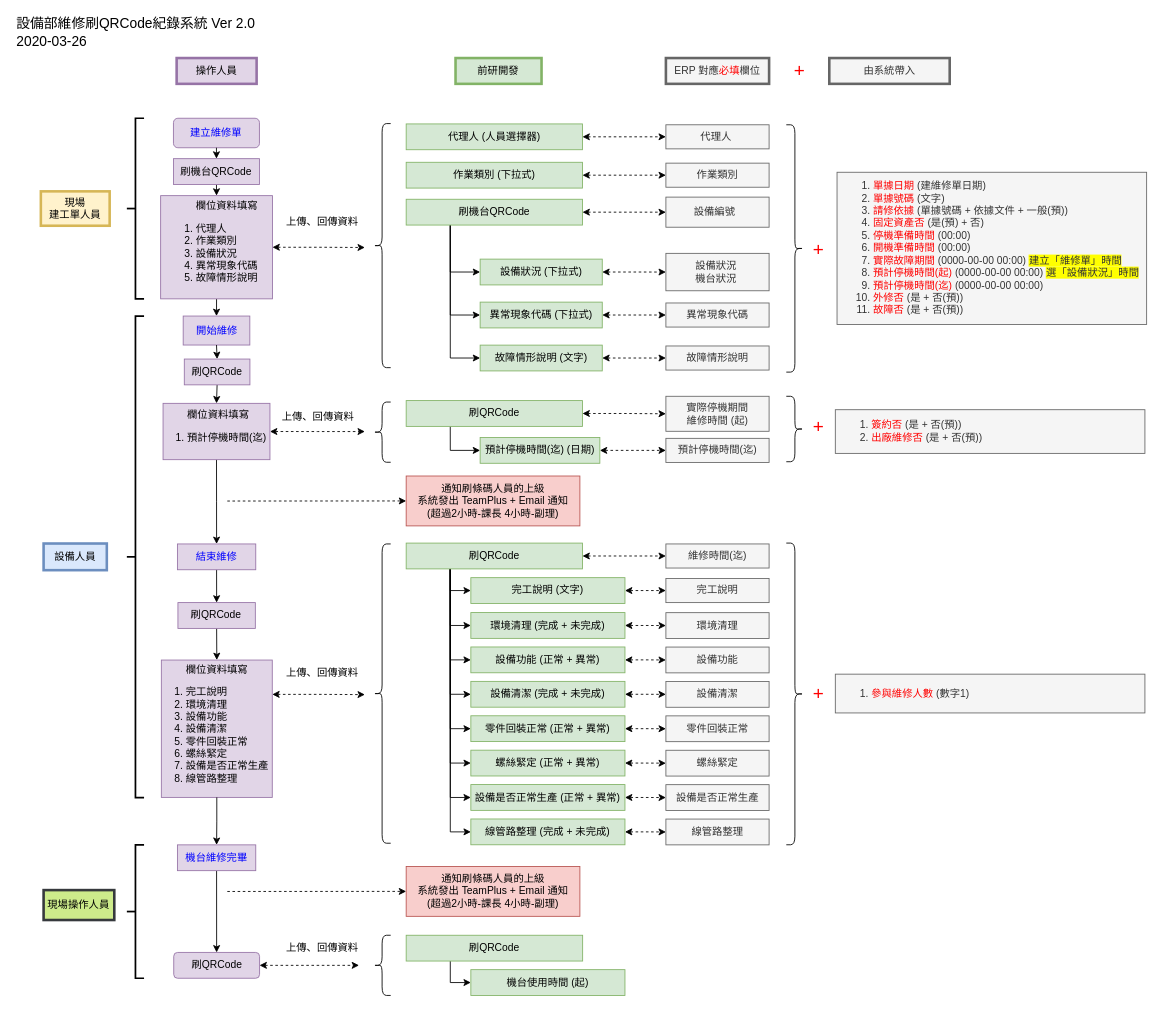
Before: 0325.drawio in tinalolo/drowio, a draw.io diagram. Source tidied: cells renumbered, new cells numbered last; positions are measured from the earlier drawing's top-left corner, leaving out a move shared by most shapes. Both pictures are drawn from the tidied source at 86%, with x=0, y=0 at pixel (15, 15).
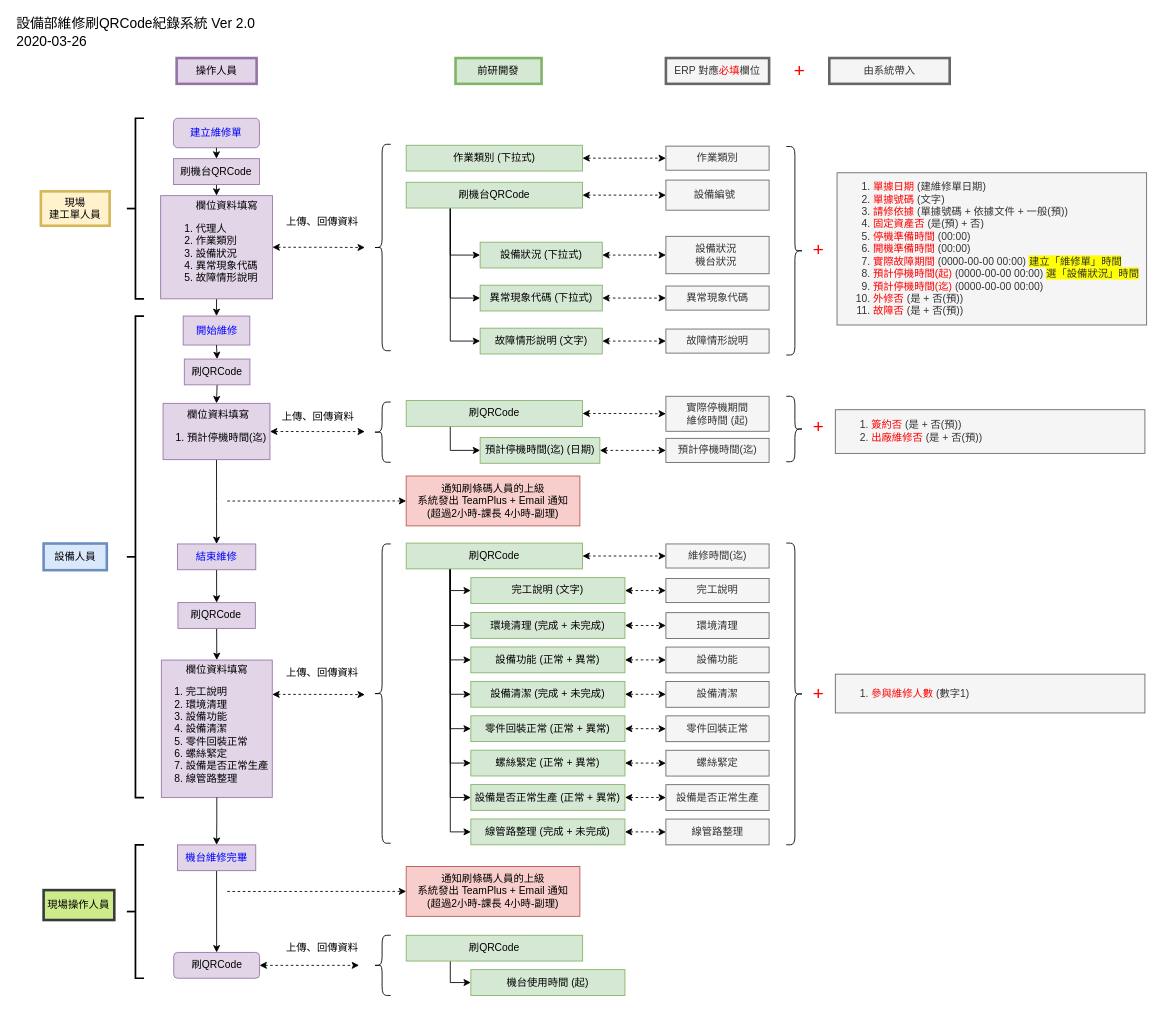
Above is the later version.

What changed in the source:
```diff
@@
-    <mxCell id="20" style="edgeStyle=orthogonalEdgeStyle;rounded=0;jettySize=auto;html=1;exitX=1;exitY=0.5;exitDx=0;exitDy=0;entryX=0;entryY=0.5;entryDx=0;entryDy=0;dashed=1;startArrow=classic;startFill=1;endArrow=classic;endFill=1;fontSize=12;fontColor=#FF0000;" parent="1" edge="1" source="21" target="78">
-      <mxGeometry relative="1" as="geometry" />
-    </mxCell>
-    <mxCell id="21" value="&lt;div&gt;&lt;span&gt;代理人 (人員選擇器)&lt;/span&gt;&lt;/div&gt;" style="text;html=1;strokeColor=#82b366;fillColor=#d5e8d4;align=center;verticalAlign=middle;whiteSpace=wrap;rounded=0;strokeWidth=1;labelPosition=center;verticalLabelPosition=middle;spacingLeft=0;" parent="1" vertex="1">
-      <mxGeometry x="454.8" y="126.6" width="205" height="30" as="geometry" />
-    </mxCell>
@@
     <mxCell id="23" value="&lt;span style=&quot;text-align: left&quot;&gt;作業類別 (下拉式)&lt;/span&gt;" style="text;html=1;strokeColor=#82b366;fillColor=#d5e8d4;align=center;verticalAlign=middle;whiteSpace=wrap;rounded=0;strokeWidth=1;labelPosition=center;verticalLabelPosition=middle;spacingLeft=0;" parent="1" vertex="1">
-      <mxGeometry x="454.8" y="171.2" width="205" height="30" as="geometry" />
+      <mxGeometry x="454.8" y="151.4" width="205" height="30" as="geometry" />
     </mxCell>
@@
     <mxCell id="28" value="&lt;span style=&quot;text-align: left ; white-space: nowrap&quot;&gt;刷機台QRCode&lt;/span&gt;" style="text;html=1;strokeColor=#82b366;fillColor=#d5e8d4;align=center;verticalAlign=middle;whiteSpace=wrap;rounded=0;strokeWidth=1;labelPosition=center;verticalLabelPosition=middle;spacingLeft=0;" parent="1" vertex="1">
-      <mxGeometry x="454.8" y="214.2" width="205" height="30" as="geometry" />
+      <mxGeometry x="454.8" y="194.4" width="205" height="30" as="geometry" />
     </mxCell>
@@
     <mxCell id="30" value="&lt;div style=&quot;text-align: left&quot;&gt;&lt;span&gt;設備狀況 (下拉式)&lt;/span&gt;&lt;/div&gt;" style="text;html=1;strokeColor=#82b366;fillColor=#d5e8d4;align=center;verticalAlign=middle;whiteSpace=wrap;rounded=0;strokeWidth=1;labelPosition=center;verticalLabelPosition=middle;spacingLeft=0;" parent="1" vertex="1">
-      <mxGeometry x="540.8" y="283.8" width="142" height="30" as="geometry" />
+      <mxGeometry x="540.8" y="264.1" width="142" height="30" as="geometry" />
     </mxCell>
     <mxCell id="31" value="&lt;ol&gt;&lt;li&gt;&lt;font color=&quot;#ff0000&quot; style=&quot;white-space: nowrap&quot;&gt;單據日期&lt;/font&gt;&lt;span style=&quot;white-space: nowrap&quot;&gt;&amp;nbsp;(建維修單日期)&lt;/span&gt;&lt;br&gt;&lt;/li&gt;&lt;li&gt;&lt;font style=&quot;line-height: 120%&quot;&gt;&lt;font color=&quot;#ff0000&quot; style=&quot;white-space: nowrap&quot;&gt;單據號碼 &lt;/font&gt;&lt;font style=&quot;white-space: nowrap&quot;&gt;(文字)&lt;/font&gt;&lt;/font&gt;&lt;/li&gt;&lt;li&gt;&lt;font style=&quot;line-height: 120%&quot;&gt;&lt;span style=&quot;text-align: center&quot;&gt;&lt;font color=&quot;#ff0000&quot;&gt;請修依據&lt;/font&gt; (單據號碼 + 依據文件 + 一般(&lt;/span&gt;&lt;span style=&quot;text-align: center&quot;&gt;預&lt;/span&gt;&lt;span style=&quot;text-align: center&quot;&gt;))&lt;/span&gt;&lt;span style=&quot;white-space: nowrap&quot;&gt;&amp;nbsp;&lt;/span&gt;&lt;/font&gt;&lt;/li&gt;&lt;li&gt;&lt;font style=&quot;line-height: 120%&quot;&gt;&lt;font color=&quot;#ff0000&quot; style=&quot;white-space: nowrap&quot;&gt;固定資產否&lt;/font&gt;&lt;span style=&quot;white-space: nowrap&quot;&gt;&amp;nbsp;(是(預) + 否)&lt;/span&gt;&lt;/font&gt;&lt;/li&gt;&lt;li&gt;&lt;font style=&quot;line-height: 120%&quot;&gt;&lt;font color=&quot;#ff0000&quot; style=&quot;white-space: nowrap&quot;&gt;停機準備時間&lt;/font&gt;&lt;span style=&quot;white-space: nowrap&quot;&gt;&amp;nbsp;(00:00)&lt;/span&gt;&lt;/font&gt;&lt;/li&gt;&lt;li&gt;&lt;font style=&quot;line-height: 120%&quot;&gt;&lt;font color=&quot;#ff0000&quot; style=&quot;white-space: nowrap&quot;&gt;開機準備時間&lt;/font&gt;&lt;span style=&quot;white-space: nowrap&quot;&gt;&amp;nbsp;(00:00)&lt;/span&gt;&lt;/font&gt;&lt;/li&gt;&lt;li&gt;&lt;font style=&quot;line-height: 120%&quot;&gt;&lt;font color=&quot;#ff0000&quot; style=&quot;white-space: nowrap&quot;&gt;實際故障期間&lt;/font&gt;&lt;span style=&quot;white-space: nowrap&quot;&gt;&amp;nbsp;(0000-00-00 00:00)&amp;nbsp;&lt;/span&gt;&lt;span style=&quot;white-space: nowrap ; background-color: rgb(255 , 255 , 0)&quot;&gt;建立「維修單」時間&lt;/span&gt;&lt;/font&gt;&lt;/li&gt;&lt;li&gt;&lt;font style=&quot;line-height: 120%&quot;&gt;&lt;font color=&quot;#ff0000&quot; style=&quot;white-space: nowrap&quot;&gt;預計停機時間(起)&lt;/font&gt;&lt;span style=&quot;white-space: nowrap&quot;&gt;&amp;nbsp;&lt;/span&gt;&lt;span style=&quot;white-space: nowrap&quot;&gt;(0000-00-00 00:00) &lt;span style=&quot;background-color: rgb(255 , 255 , 0)&quot;&gt;選「設備狀況」時間&lt;/span&gt;&lt;/span&gt;&lt;/font&gt;&lt;/li&gt;&lt;li&gt;&lt;font style=&quot;line-height: 120%&quot;&gt;&lt;font color=&quot;#ff0000&quot; style=&quot;white-space: nowrap&quot;&gt;預計停機時間(迄)&lt;/font&gt;&lt;font color=&quot;#007fff&quot; style=&quot;white-space: nowrap&quot;&gt;&amp;nbsp;&lt;/font&gt;&lt;font style=&quot;white-space: nowrap&quot;&gt;(0000-00-00 00:00)&lt;/font&gt;&lt;/font&gt;&lt;/li&gt;&lt;li&gt;&lt;font style=&quot;line-height: 120%&quot;&gt;&lt;font color=&quot;#ff0000&quot; style=&quot;white-space: nowrap&quot;&gt;外修否&lt;/font&gt;&lt;span style=&quot;white-space: nowrap&quot;&gt;&amp;nbsp;(是 + 否(預))&lt;/span&gt;&lt;/font&gt;&lt;/li&gt;&lt;li&gt;&lt;font style=&quot;line-height: 120%&quot;&gt;&lt;font color=&quot;#ff0000&quot; style=&quot;white-space: nowrap&quot;&gt;故障否&lt;/font&gt;&lt;span style=&quot;white-space: nowrap&quot;&gt;&amp;nbsp;(是 + 否(預))&amp;nbsp;&amp;nbsp;&lt;/span&gt;&lt;/font&gt;&lt;/li&gt;&lt;/ol&gt;" style="rounded=0;whiteSpace=wrap;html=1;strokeColor=#666666;strokeWidth=1;fontSize=12;align=left;fillColor=#f5f5f5;fontColor=#333333;" parent="1" vertex="1">
-      <mxGeometry x="955.8" y="182.8" width="360" height="177" as="geometry" />
+      <mxGeometry x="955.8" y="183.4" width="360" height="177" as="geometry" />
     </mxCell>
@@
     <mxCell id="33" value="&lt;div style=&quot;text-align: left&quot;&gt;&lt;/div&gt;&lt;span style=&quot;text-align: left&quot;&gt;異常現象代碼 (下拉式)&lt;/span&gt;" style="text;html=1;strokeColor=#82b366;fillColor=#d5e8d4;align=center;verticalAlign=middle;whiteSpace=wrap;rounded=0;strokeWidth=1;labelPosition=center;verticalLabelPosition=middle;spacingLeft=0;" parent="1" vertex="1">
-      <mxGeometry x="540.8" y="333.8" width="142" height="30" as="geometry" />
+      <mxGeometry x="540.8" y="314.1" width="142" height="30" as="geometry" />
     </mxCell>
@@
     <mxCell id="35" value="&lt;div style=&quot;text-align: left&quot;&gt;故障情形說明 (文字)&lt;br&gt;&lt;/div&gt;" style="text;html=1;strokeColor=#82b366;fillColor=#d5e8d4;align=center;verticalAlign=middle;whiteSpace=wrap;rounded=0;strokeWidth=1;labelPosition=center;verticalLabelPosition=middle;spacingLeft=0;" parent="1" vertex="1">
-      <mxGeometry x="540.8" y="383.8" width="142" height="30" as="geometry" />
+      <mxGeometry x="540.8" y="364.1" width="142" height="30" as="geometry" />
     </mxCell>
@@
-    <mxCell id="78" value="&lt;font style=&quot;font-size: 12px;&quot;&gt;&lt;font style=&quot;white-space: nowrap; font-size: 12px;&quot;&gt;代理人&lt;/font&gt;&lt;span style=&quot;white-space: nowrap; font-size: 12px;&quot;&gt;&amp;nbsp;&lt;/span&gt;&lt;br style=&quot;font-size: 12px;&quot;&gt;&lt;/font&gt;" style="rounded=0;whiteSpace=wrap;html=1;strokeWidth=1;fontSize=12;align=center;verticalAlign=middle;horizontal=1;fillColor=#f5f5f5;strokeColor=#666666;fontColor=#333333;" parent="1" vertex="1">
-      <mxGeometry x="756.8" y="127.6" width="120" height="28" as="geometry" />
-    </mxCell>
     <mxCell id="79" value="&lt;font style=&quot;font-size: 12px;&quot;&gt;&lt;font style=&quot;white-space: nowrap; font-size: 12px;&quot;&gt;作業類別&lt;/font&gt;&lt;br style=&quot;font-size: 12px;&quot;&gt;&lt;/font&gt;" style="rounded=0;whiteSpace=wrap;html=1;strokeWidth=1;fontSize=12;align=center;fillColor=#f5f5f5;strokeColor=#666666;fontColor=#333333;" parent="1" vertex="1">
-      <mxGeometry x="756.8" y="172.2" width="120" height="28" as="geometry" />
+      <mxGeometry x="756.8" y="152.4" width="120" height="28" as="geometry" />
     </mxCell>
     <mxCell id="80" value="&lt;font style=&quot;font-size: 12px;&quot;&gt;&lt;font style=&quot;white-space: nowrap; font-size: 12px;&quot;&gt;設備編號&lt;/font&gt;&lt;span style=&quot;white-space: nowrap; font-size: 12px;&quot;&gt;&amp;nbsp;&lt;/span&gt;&lt;span style=&quot;white-space: nowrap; font-size: 12px;&quot;&gt;&amp;nbsp;&lt;/span&gt;&lt;br style=&quot;font-size: 12px;&quot;&gt;&lt;/font&gt;" style="rounded=0;whiteSpace=wrap;html=1;strokeWidth=1;fontSize=12;align=center;fillColor=#f5f5f5;strokeColor=#666666;fontColor=#333333;" parent="1" vertex="1">
-      <mxGeometry x="756.8" y="211.7" width="120" height="35" as="geometry" />
+      <mxGeometry x="756.8" y="191.9" width="120" height="35" as="geometry" />
     </mxCell>
     <mxCell id="81" value="&lt;font style=&quot;font-size: 12px;&quot;&gt;&lt;font style=&quot;white-space: nowrap; font-size: 12px;&quot;&gt;設備狀況&amp;nbsp;&lt;/font&gt;&lt;span style=&quot;white-space: nowrap; font-size: 12px;&quot;&gt;&lt;br style=&quot;font-size: 12px;&quot;&gt;&lt;/span&gt;&lt;span style=&quot;white-space: nowrap; font-size: 12px;&quot;&gt;機台狀況&lt;/span&gt;&lt;span style=&quot;white-space: nowrap; font-size: 12px;&quot;&gt;&amp;nbsp;&lt;/span&gt;&lt;br style=&quot;font-size: 12px;&quot;&gt;&lt;/font&gt;" style="rounded=0;whiteSpace=wrap;html=1;strokeWidth=1;fontSize=12;align=center;fillColor=#f5f5f5;strokeColor=#666666;fontColor=#333333;" parent="1" vertex="1">
-      <mxGeometry x="756.8" y="277.1" width="120" height="43.5" as="geometry" />
+      <mxGeometry x="756.8" y="257.3" width="120" height="43.5" as="geometry" />
     </mxCell>
     <mxCell id="82" value="&lt;font style=&quot;font-size: 12px&quot;&gt;故障情形說明&lt;br style=&quot;font-size: 12px&quot;&gt;&lt;/font&gt;" style="rounded=0;whiteSpace=wrap;html=1;strokeWidth=1;fontSize=12;align=center;fillColor=#f5f5f5;strokeColor=#666666;fontColor=#333333;" parent="1" vertex="1">
-      <mxGeometry x="756.8" y="384.8" width="120" height="28" as="geometry" />
+      <mxGeometry x="756.8" y="365.1" width="120" height="28" as="geometry" />
     </mxCell>
     <mxCell id="83" value="&lt;font style=&quot;font-size: 12px&quot;&gt;&lt;span style=&quot;white-space: nowrap&quot;&gt;異常現象代碼&lt;/span&gt;&lt;br style=&quot;font-size: 12px&quot;&gt;&lt;/font&gt;" style="rounded=0;whiteSpace=wrap;html=1;strokeWidth=1;fontSize=12;align=center;fillColor=#f5f5f5;strokeColor=#666666;fontColor=#333333;" parent="1" vertex="1">
-      <mxGeometry x="756.8" y="334.8" width="120" height="28" as="geometry" />
+      <mxGeometry x="756.8" y="315.1" width="120" height="28" as="geometry" />
     </mxCell>
@@
     <mxCell id="96" style="shape=curlyBracket;whiteSpace=wrap;html=1;rounded=1;fontSize=12;fontColor=#FF0000;align=center;" parent="1" vertex="1">
-      <mxGeometry x="416.8" y="126.2" width="20" height="283.8" as="geometry" />
+      <mxGeometry x="416.8" y="150.3" width="20" height="240" as="geometry" />
     </mxCell>
@@
     <mxCell id="106" style="shape=curlyBracket;whiteSpace=wrap;html=1;rounded=1;strokeWidth=1;fontSize=12;fontColor=#FF0000;align=left;rotation=-180;" parent="1" vertex="1">
-      <mxGeometry x="896.8" y="127.6" width="20" height="287.6" as="geometry" />
+      <mxGeometry x="896.8" y="152.9" width="20" height="242.4" as="geometry" />
     </mxCell>
@@
     <mxCell id="110" value="&lt;font style=&quot;font-size: 22px&quot;&gt;+&lt;/font&gt;" style="text;html=1;align=center;verticalAlign=middle;fontSize=12;fontColor=#FF0000;" parent="1" vertex="1">
-      <mxGeometry x="918.8" y="263.8" width="30" height="20" as="geometry" />
+      <mxGeometry x="918.8" y="264.4" width="30" height="20" as="geometry" />
     </mxCell>
```
